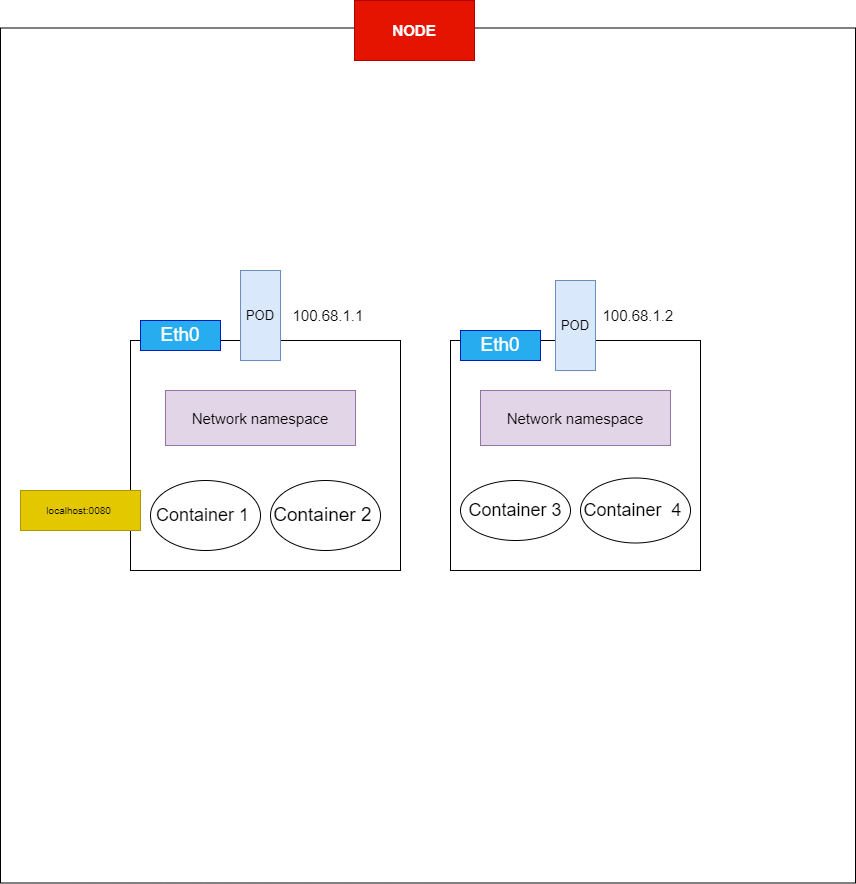
Before: Page_images/Pod-2-pod -networking.drawio.png, a diagram exported from draw.io (dikshita-git/RP_Study-on-Ingress-and-its-security-IPv4-IPv6-). Source tidied: cells renumbered, new cells last; positions are measured from the earlier drawing's top-left corner, leaving out a move shared by most shapes.
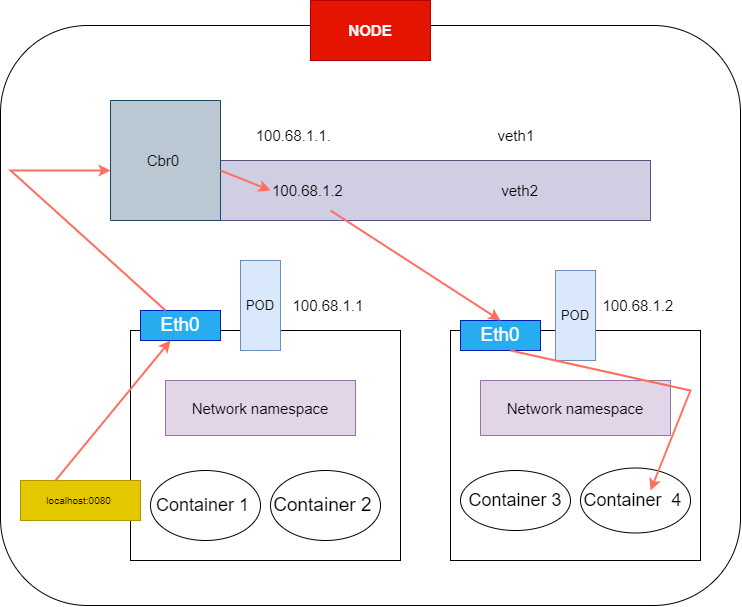
After the commit.

Diff of the diagram source:
```diff
@@ -2,6 +2,9 @@
   <root>
     <mxCell id="0" />
     <mxCell id="1" parent="0" />
+    <mxCell id="20" style="rounded=1;whiteSpace=wrap;html=1;fontFamily=Helvetica;fontSize=15;fillColor=none;" parent="1" vertex="1">
+      <mxGeometry y="35" width="740" height="580" as="geometry" />
+    </mxCell>
     <mxCell id="2" style="rounded=0;whiteSpace=wrap;html=1;" parent="1" vertex="1">
       <mxGeometry x="130" y="340" width="270" height="230" as="geometry" />
     </mxCell>
@@ -50,11 +53,52 @@
     <mxCell id="17" value="localhost:0080&amp;nbsp;" style="rounded=0;whiteSpace=wrap;html=1;fontSize=10;fillColor=#e3c800;fontColor=#000000;strokeColor=#B09500;" parent="1" vertex="1">
       <mxGeometry x="20" y="490" width="120" height="40" as="geometry" />
     </mxCell>
-    <mxCell id="18" style="whiteSpace=wrap;html=1;fontSize=10;fillColor=none;" parent="1" vertex="1">
-      <mxGeometry y="27.5" width="855" height="855" as="geometry" />
-    </mxCell>
     <mxCell id="19" value="&lt;font size=&quot;1&quot; style=&quot;&quot;&gt;&lt;b style=&quot;font-size: 15px;&quot;&gt;NODE&lt;/b&gt;&lt;/font&gt;" style="rounded=0;whiteSpace=wrap;html=1;fontSize=10;fillColor=#e51400;fontColor=#ffffff;strokeColor=#B20000;" parent="1" vertex="1">
-      <mxGeometry x="354" width="120" height="60" as="geometry" />
+      <mxGeometry x="310" y="10" width="120" height="60" as="geometry" />
     </mxCell>
+    <mxCell id="21" value="100.68.1.2&amp;nbsp; &amp;nbsp; &amp;nbsp; &amp;nbsp; &amp;nbsp; &amp;nbsp; &amp;nbsp; &amp;nbsp; &amp;nbsp; &amp;nbsp; &amp;nbsp; &amp;nbsp; &amp;nbsp; &amp;nbsp; &amp;nbsp; &amp;nbsp; &amp;nbsp; &amp;nbsp; &amp;nbsp; veth2" style="rounded=0;whiteSpace=wrap;html=1;fontFamily=Helvetica;fontSize=15;fillColor=#d0cee2;strokeColor=#56517e;" parent="1" vertex="1">
+      <mxGeometry x="160" y="170" width="490" height="60" as="geometry" />
+    </mxCell>
+    <mxCell id="22" value="Cbr0&amp;nbsp;" style="rounded=0;whiteSpace=wrap;html=1;fontFamily=Helvetica;fontSize=15;direction=south;fillColor=#bac8d3;strokeColor=#23445d;" parent="1" vertex="1">
+      <mxGeometry x="110" y="110" width="110" height="120" as="geometry" />
+    </mxCell>
+    <mxCell id="23" value="100.68.1.1.&amp;nbsp; &amp;nbsp; &amp;nbsp; &amp;nbsp; &amp;nbsp; &amp;nbsp; &amp;nbsp; &amp;nbsp; &amp;nbsp; &amp;nbsp; &amp;nbsp; &amp;nbsp; &amp;nbsp; &amp;nbsp; &amp;nbsp; &amp;nbsp; &amp;nbsp; &amp;nbsp; &amp;nbsp; &amp;nbsp; veth1" style="text;html=1;strokeColor=none;fillColor=none;align=center;verticalAlign=middle;whiteSpace=wrap;rounded=0;fontFamily=Helvetica;fontSize=15;" parent="1" vertex="1">
+      <mxGeometry x="195" y="120" width="400" height="50" as="geometry" />
+    </mxCell>
+    <mxCell id="24" style="endArrow=classic;html=1;rounded=0;fontFamily=Helvetica;fontSize=15;strokeColor=#FF6E5E;strokeWidth=2;" parent="1" edge="1">
+      <mxGeometry relative="1" as="geometry">
+        <mxPoint x="55" y="490" as="sourcePoint" />
+        <mxPoint x="170" y="350" as="targetPoint" />
+      </mxGeometry>
+    </mxCell>
+    <mxCell id="25" style="endArrow=classic;html=1;rounded=0;fontFamily=Helvetica;fontSize=15;strokeColor=#FF6E5E;strokeWidth=2;" parent="1" edge="1">
+      <mxGeometry relative="1" as="geometry">
+        <mxPoint x="165" y="320" as="sourcePoint" />
+        <mxPoint x="110" y="180" as="targetPoint" />
+        <Array as="points">
+          <mxPoint x="10" y="180" />
+          <mxPoint x="40" y="180" />
+        </Array>
+      </mxGeometry>
+    </mxCell>
+    <mxCell id="26" style="endArrow=classic;html=1;rounded=0;fontFamily=Helvetica;fontSize=15;strokeColor=#FF6E5E;strokeWidth=2;exitX=0.583;exitY=0;exitDx=0;exitDy=0;exitPerimeter=0;" parent="1" edge="1" source="22">
+      <mxGeometry relative="1" as="geometry">
+        <mxPoint x="270" y="200" as="targetPoint" />
+      </mxGeometry>
+    </mxCell>
+    <mxCell id="27" style="endArrow=classic;html=1;rounded=0;fontFamily=Helvetica;fontSize=15;strokeColor=#FF6E5E;strokeWidth=2;exitX=0.625;exitY=1;exitDx=0;exitDy=0;exitPerimeter=0;" parent="1" edge="1" source="13">
+      <mxGeometry relative="1" as="geometry">
+        <mxPoint x="650" y="500" as="targetPoint" />
+        <Array as="points">
+          <mxPoint x="690" y="400" />
+        </Array>
+      </mxGeometry>
+    </mxCell>
+    <mxCell id="28" style="endArrow=classic;html=1;rounded=0;fontFamily=Helvetica;fontSize=15;strokeColor=#FF6E5E;strokeWidth=2;" parent="1" edge="1">
+      <mxGeometry relative="1" as="geometry">
+        <mxPoint x="330" y="220" as="sourcePoint" />
+        <mxPoint x="500" y="330" as="targetPoint" />
+      </mxGeometry>
+    </mxCell>
   </root>
 </mxGraphModel>
```
